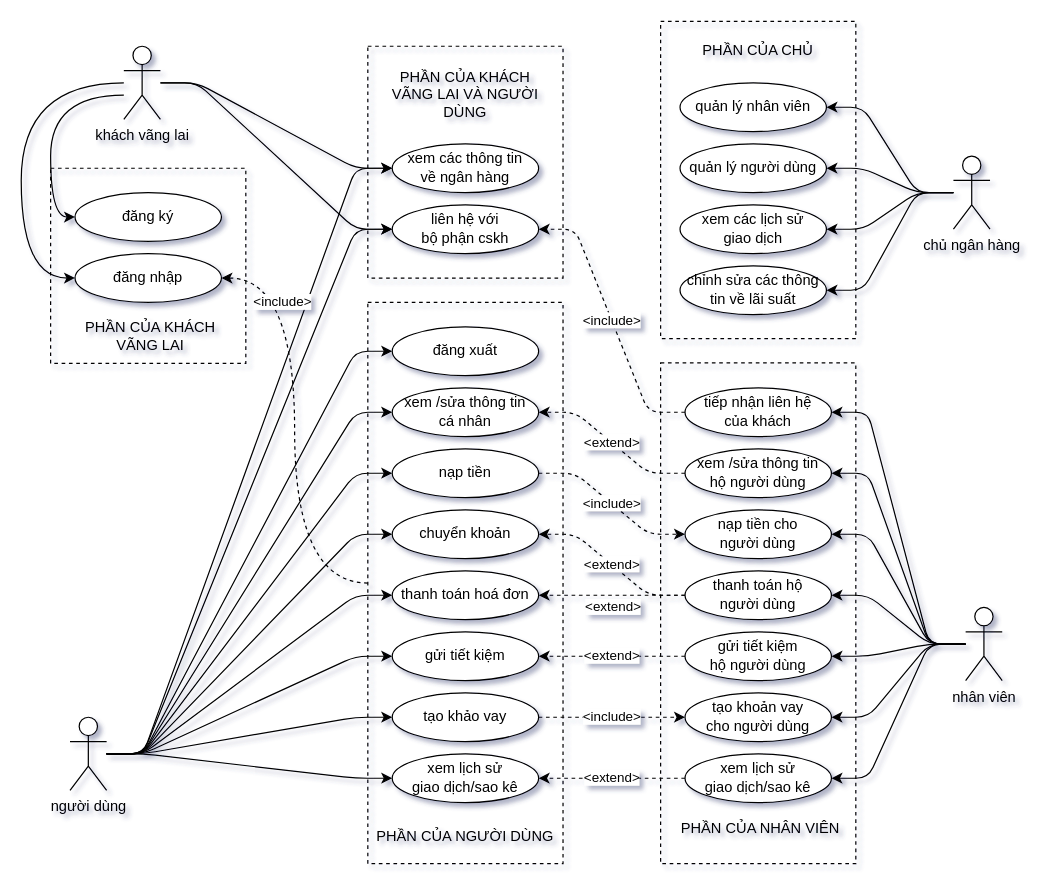
trandong2932002/cnpm keeps this draw.io diagram as diagrams/use_case.drawio. Above is the earlier version. Source tidied: cells renumbered, new cells numbered last; positions are measured from the earlier drawing's top-left corner, leaving out a move shared by most shapes. Both pictures are drawn from the tidied source at 122%, with x=0, y=0 at pixel (21, 21).
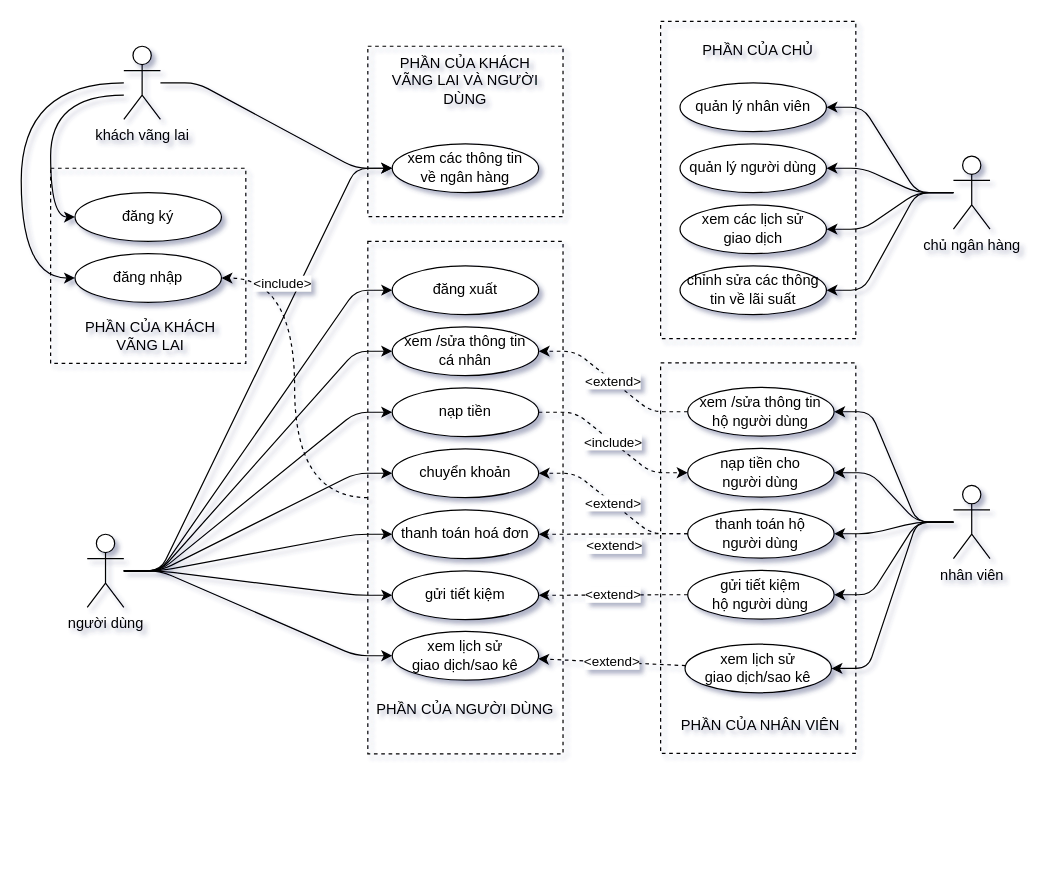
After the change.

Unchanged cells that the change refers to:
```xml
<mxCell id="8" style="group;" parent="1" vertex="1">
  <mxGeometry x="524" y="280" width="160" height="410.4" as="geometry" />
</mxCell>
<mxCell id="15" value="khách vãng lai" style="shape=umlActor;verticalLabelPosition=bottom;verticalAlign=top;html=1;outlineConnect=0;" parent="1" vertex="1">
  <mxGeometry x="84" y="20.4" width="30" height="60" as="geometry" />
</mxCell>
```

The edit, as a diff of the source:
```diff
@@
     <mxCell id="2" style="group;" parent="1" vertex="1">
-      <mxGeometry x="284" y="230.4" width="160" height="460" as="geometry" />
+      <mxGeometry x="284" y="180.4" width="160" height="460" as="geometry" />
     </mxCell>
     <mxCell id="3" style="rounded=0;whiteSpace=wrap;html=1;fillColor=none;dashed=1;" parent="2" vertex="1">
-      <mxGeometry width="160" height="460" as="geometry" />
+      <mxGeometry width="160" height="420" as="geometry" />
     </mxCell>
     <mxCell id="4" value="PHẦN CỦA NGƯỜI DÙNG" style="text;html=1;strokeColor=none;fillColor=none;align=center;verticalAlign=middle;whiteSpace=wrap;rounded=0;dashed=1;" parent="2" vertex="1">
-      <mxGeometry x="5" y="423.9" width="150" height="27.1" as="geometry" />
+      <mxGeometry x="5" y="369.6" width="150" height="27.1" as="geometry" />
     </mxCell>
+    <mxCell id="43" value="xem lịch sử&lt;br&gt;giao dịch/sao kê" style="ellipse;whiteSpace=wrap;html=1;" parent="2" vertex="1">
+      <mxGeometry x="20" y="319.6" width="120" height="40" as="geometry" />
+    </mxCell>
@@
     <mxCell id="9" style="rounded=0;whiteSpace=wrap;html=1;fillColor=none;dashed=1;" parent="8" vertex="1">
-      <mxGeometry width="160" height="410.4" as="geometry" />
+      <mxGeometry width="160" height="320" as="geometry" />
     </mxCell>
     <mxCell id="10" value="PHẦN CỦA NHÂN VIÊN" style="text;html=1;strokeColor=none;fillColor=none;align=center;verticalAlign=middle;whiteSpace=wrap;rounded=0;dashed=1;" parent="8" vertex="1">
-      <mxGeometry x="12.2" y="364.8" width="140" height="34.2" as="geometry" />
+      <mxGeometry x="12.2" y="280" width="140" height="34.2" as="geometry" />
     </mxCell>
+    <mxCell id="45" value="xem /sửa thông tin&lt;br&gt;hộ người dùng" style="ellipse;whiteSpace=wrap;html=1;" parent="8" vertex="1">
+      <mxGeometry x="22.2" y="20" width="120" height="40" as="geometry" />
+    </mxCell>
+    <mxCell id="46" value="nạp tiền cho&lt;br&gt;người dùng" style="ellipse;whiteSpace=wrap;html=1;" parent="8" vertex="1">
+      <mxGeometry x="22.2" y="70" width="120" height="40" as="geometry" />
+    </mxCell>
+    <mxCell id="49" value="thanh toán hộ&lt;br&gt;người dùng" style="ellipse;whiteSpace=wrap;html=1;" parent="8" vertex="1">
+      <mxGeometry x="22.2" y="120" width="120" height="40" as="geometry" />
+    </mxCell>
+    <mxCell id="51" value="gửi tiết kiệm&lt;br&gt;hộ người dùng" style="ellipse;whiteSpace=wrap;html=1;" parent="8" vertex="1">
+      <mxGeometry x="22.2" y="170" width="120" height="40" as="geometry" />
+    </mxCell>
+    <mxCell id="54" value="xem lịch sử &lt;br&gt;giao dịch/sao kê" style="ellipse;whiteSpace=wrap;html=1;" parent="8" vertex="1">
+      <mxGeometry x="20" y="230.4" width="120" height="40" as="geometry" />
+    </mxCell>
@@
-    <mxCell id="12" style="edgeStyle=entityRelationEdgeStyle;html=1;entryX=0;entryY=0.5;entryDx=0;entryDy=0;" parent="1" edge="1" source="15" target="72">
-      <mxGeometry relative="1" as="geometry" />
-    </mxCell>
@@
-    <mxCell id="21" style="edgeStyle=entityRelationEdgeStyle;html=1;entryX=0;entryY=0.5;entryDx=0;entryDy=0;" parent="1" edge="1" source="26" target="42">
-      <mxGeometry relative="1" as="geometry" />
-    </mxCell>
@@
-    <mxCell id="23" style="edgeStyle=entityRelationEdgeStyle;html=1;" parent="1" edge="1" source="26" target="72">
-      <mxGeometry relative="1" as="geometry" />
-    </mxCell>
@@
     <mxCell id="26" value="người dùng" style="shape=umlActor;verticalLabelPosition=bottom;verticalAlign=top;html=1;outlineConnect=0;" parent="1" vertex="1">
-      <mxGeometry x="39.9" y="570.4" width="30" height="60" as="geometry" />
+      <mxGeometry x="54" y="420.4" width="30" height="60" as="geometry" />
     </mxCell>
@@
     <mxCell id="28" value="nạp tiền" style="ellipse;whiteSpace=wrap;html=1;" parent="1" vertex="1">
-      <mxGeometry x="304" y="350.4" width="120" height="40" as="geometry" />
+      <mxGeometry x="304" y="300.4" width="120" height="40" as="geometry" />
     </mxCell>
     <mxCell id="29" value="chuyển khoản" style="ellipse;whiteSpace=wrap;html=1;" parent="1" vertex="1">
-      <mxGeometry x="304" y="400.4" width="120" height="40" as="geometry" />
+      <mxGeometry x="304" y="350.4" width="120" height="40" as="geometry" />
     </mxCell>
     <mxCell id="30" value="thanh toán hoá đơn" style="ellipse;whiteSpace=wrap;html=1;" parent="1" vertex="1">
-      <mxGeometry x="304" y="450.4" width="120" height="40" as="geometry" />
+      <mxGeometry x="304" y="400.4" width="120" height="40" as="geometry" />
     </mxCell>
     <mxCell id="31" value="gửi tiết kiệm" style="ellipse;whiteSpace=wrap;html=1;" parent="1" vertex="1">
-      <mxGeometry x="304" y="500.4" width="120" height="40" as="geometry" />
+      <mxGeometry x="304" y="450.4" width="120" height="40" as="geometry" />
     </mxCell>
     <mxCell id="32" value="xem /sửa thông tin&lt;br&gt;cá nhân" style="ellipse;whiteSpace=wrap;html=1;" parent="1" vertex="1">
-      <mxGeometry x="304" y="300.4" width="120" height="40" as="geometry" />
+      <mxGeometry x="304" y="250.4" width="120" height="40" as="geometry" />
     </mxCell>
@@
-    <mxCell id="37" style="edgeStyle=entityRelationEdgeStyle;html=1;entryX=1;entryY=0.5;entryDx=0;entryDy=0;" parent="1" edge="1" source="40" target="52">
-      <mxGeometry relative="1" as="geometry" />
-    </mxCell>
@@
-    <mxCell id="39" style="edgeStyle=entityRelationEdgeStyle;html=1;" parent="1" edge="1" source="40" target="77">
-      <mxGeometry relative="1" as="geometry" />
-    </mxCell>
     <mxCell id="40" value="nhân viên" style="shape=umlActor;verticalLabelPosition=bottom;verticalAlign=top;html=1;outlineConnect=0;" parent="1" vertex="1">
-      <mxGeometry x="774" y="480.4" width="30" height="60" as="geometry" />
+      <mxGeometry x="764" y="380.4" width="30" height="60" as="geometry" />
     </mxCell>
-    <mxCell id="41" value="&amp;lt;include&amp;gt;" style="edgeStyle=entityRelationEdgeStyle;html=1;entryX=0;entryY=0.5;entryDx=0;entryDy=0;dashed=1;" parent="1" edge="1" source="42" target="52">
-      <mxGeometry relative="1" as="geometry" />
-    </mxCell>
-    <mxCell id="42" value="tạo khảo vay" style="ellipse;whiteSpace=wrap;html=1;" parent="1" vertex="1">
-      <mxGeometry x="304" y="550.4" width="120" height="40" as="geometry" />
-    </mxCell>
-    <mxCell id="43" value="xem lịch sử&lt;br&gt;giao dịch/sao kê" style="ellipse;whiteSpace=wrap;html=1;" parent="1" vertex="1">
-      <mxGeometry x="304" y="600.4" width="120" height="40" as="geometry" />
-    </mxCell>
@@
-    <mxCell id="45" value="xem /sửa thông tin&lt;br&gt;hộ người dùng" style="ellipse;whiteSpace=wrap;html=1;" parent="1" vertex="1">
-      <mxGeometry x="544" y="350.4" width="120" height="40" as="geometry" />
-    </mxCell>
-    <mxCell id="46" value="nạp tiền cho&lt;br&gt;người dùng" style="ellipse;whiteSpace=wrap;html=1;" parent="1" vertex="1">
-      <mxGeometry x="544" y="400.4" width="120" height="40" as="geometry" />
-    </mxCell>
@@
-    <mxCell id="49" value="thanh toán hộ&lt;br&gt;người dùng" style="ellipse;whiteSpace=wrap;html=1;" parent="1" vertex="1">
-      <mxGeometry x="544" y="450.4" width="120" height="40" as="geometry" />
-    </mxCell>
@@
-    <mxCell id="51" value="gửi tiết kiệm&lt;br&gt;hộ người dùng" style="ellipse;whiteSpace=wrap;html=1;" parent="1" vertex="1">
-      <mxGeometry x="544" y="500.4" width="120" height="40" as="geometry" />
-    </mxCell>
-    <mxCell id="52" value="tạo khoản vay&lt;br&gt;cho người dùng" style="ellipse;whiteSpace=wrap;html=1;" parent="1" vertex="1">
-      <mxGeometry x="544" y="550.4" width="120" height="40" as="geometry" />
-    </mxCell>
@@
-    <mxCell id="54" value="xem lịch sử &lt;br&gt;giao dịch/sao kê" style="ellipse;whiteSpace=wrap;html=1;" parent="1" vertex="1">
-      <mxGeometry x="544" y="600.4" width="120" height="40" as="geometry" />
-    </mxCell>
@@
     <mxCell id="63" style="group;" parent="1" vertex="1">
-      <mxGeometry x="284" y="20.4" width="160" height="190" as="geometry" />
+      <mxGeometry x="284" y="20.4" width="160" height="139.6" as="geometry" />
     </mxCell>
     <mxCell id="64" style="rounded=0;whiteSpace=wrap;html=1;fillColor=none;dashed=1;" parent="63" vertex="1">
-      <mxGeometry width="160" height="190" as="geometry" />
+      <mxGeometry width="160" height="139.6" as="geometry" />
     </mxCell>
     <mxCell id="65" value="PHẦN CỦA KHÁCH VÃNG LAI VÀ NGƯỜI DÙNG" style="text;html=1;strokeColor=none;fillColor=none;align=center;verticalAlign=middle;whiteSpace=wrap;rounded=0;dashed=1;" parent="63" vertex="1">
-      <mxGeometry x="10" y="11.9" width="140" height="55.2" as="geometry" />
+      <mxGeometry x="10" y="8.7" width="140" height="40.6" as="geometry" />
     </mxCell>
@@
-    <mxCell id="72" value="liên hệ với&lt;br&gt;bộ phận cskh" style="ellipse;whiteSpace=wrap;html=1;" parent="1" vertex="1">
-      <mxGeometry x="304" y="150.4" width="120" height="40" as="geometry" />
-    </mxCell>
@@
     <mxCell id="74" value="đăng xuất" style="ellipse;whiteSpace=wrap;html=1;" parent="1" vertex="1">
-      <mxGeometry x="304" y="250.4" width="120" height="40" as="geometry" />
+      <mxGeometry x="304" y="200.4" width="120" height="40" as="geometry" />
     </mxCell>
@@
-    <mxCell id="76" value="&amp;lt;include&amp;gt;" style="edgeStyle=entityRelationEdgeStyle;html=1;dashed=1;" parent="1" edge="1" source="77" target="72">
-      <mxGeometry relative="1" as="geometry" />
-    </mxCell>
-    <mxCell id="77" value="tiếp nhận liên hệ&lt;br&gt;của khách" style="ellipse;whiteSpace=wrap;html=1;" parent="1" vertex="1">
-      <mxGeometry x="544" y="300.4" width="120" height="40" as="geometry" />
-    </mxCell>
```
